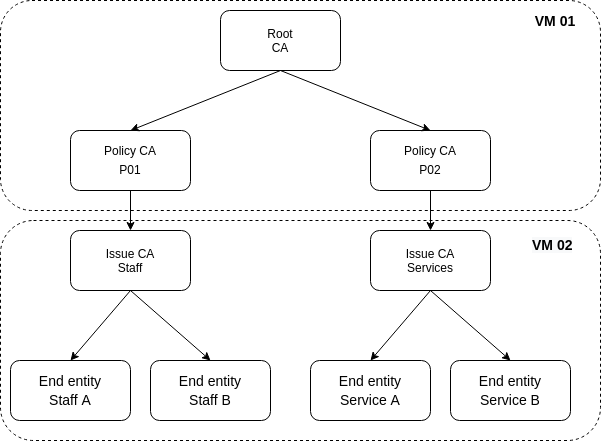
The draw.io diagram docs/pki-tree.png in OlafRadicke/play_pki_ca_with_ansible, before a commit. Source tidied: cells renumbered, new cells last; positions are measured from the earlier drawing's top-left corner, leaving out a move shared by most shapes.
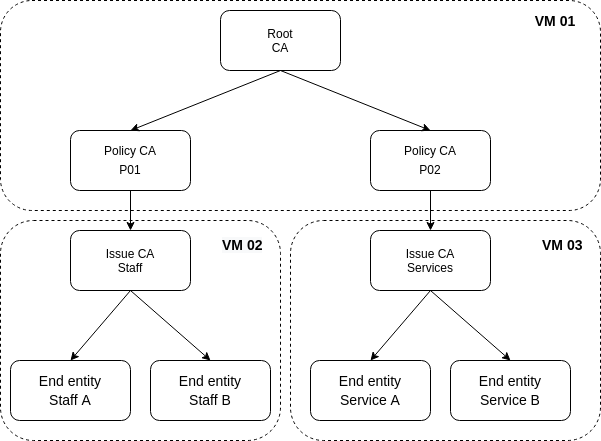
After the commit.

Change to the diagram source:
```diff
@@ -2,8 +2,11 @@
   <root>
     <mxCell id="0" />
     <mxCell id="1" parent="0" />
+    <mxCell id="23" style="rounded=1;whiteSpace=wrap;html=1;dashed=1;" parent="1" vertex="1">
+      <mxGeometry y="220" width="280" height="220" as="geometry" />
+    </mxCell>
     <mxCell id="2" style="rounded=1;whiteSpace=wrap;html=1;dashed=1;" parent="1" vertex="1">
-      <mxGeometry y="220" width="600" height="220" as="geometry" />
+      <mxGeometry x="290" y="220" width="310" height="220" as="geometry" />
     </mxCell>
     <mxCell id="3" style="rounded=1;whiteSpace=wrap;html=1;dashed=1;" parent="1" vertex="1">
       <mxGeometry width="600" height="210" as="geometry" />
@@ -65,7 +68,10 @@
       <mxGeometry x="520" y="10" width="70" height="20" as="geometry" />
     </mxCell>
     <mxCell id="22" value="&lt;b style=&quot;color: rgb(0 , 0 , 0) ; font-family: &amp;#34;helvetica&amp;#34; ; font-size: 14px ; font-style: normal ; letter-spacing: normal ; text-align: center ; text-indent: 0px ; text-transform: none ; word-spacing: 0px ; background-color: rgb(248 , 249 , 250)&quot;&gt;VM 02&lt;/b&gt;" style="text;whiteSpace=wrap;html=1;" parent="1" vertex="1">
-      <mxGeometry x="530" y="230" width="70" height="30" as="geometry" />
+      <mxGeometry x="220" y="230" width="70" height="30" as="geometry" />
     </mxCell>
+    <mxCell id="24" value="&lt;div style=&quot;text-align: center&quot;&gt;&lt;font face=&quot;helvetica&quot;&gt;&lt;span style=&quot;font-size: 14px&quot;&gt;&lt;b&gt;VM 03&lt;/b&gt;&lt;/span&gt;&lt;/font&gt;&lt;/div&gt;" style="text;whiteSpace=wrap;html=1;" parent="1" vertex="1">
+      <mxGeometry x="540" y="230" width="50" height="30" as="geometry" />
+    </mxCell>
   </root>
 </mxGraphModel>
```
